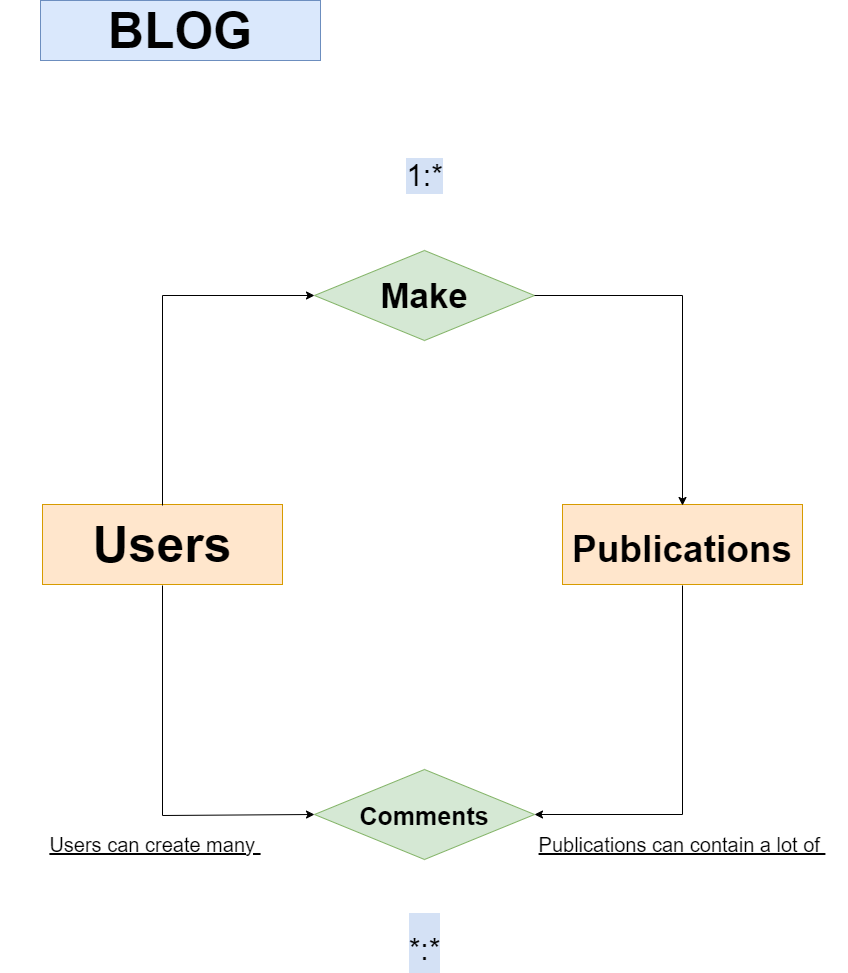
This is Diagrams/Diagram.png from RicardoRobledo/FastAPI-APIBlog, a draw.io export, as it was before one commit. Source tidied: cells renumbered, new cells last; positions are measured from the earlier drawing's top-left corner, leaving out a move shared by most shapes.
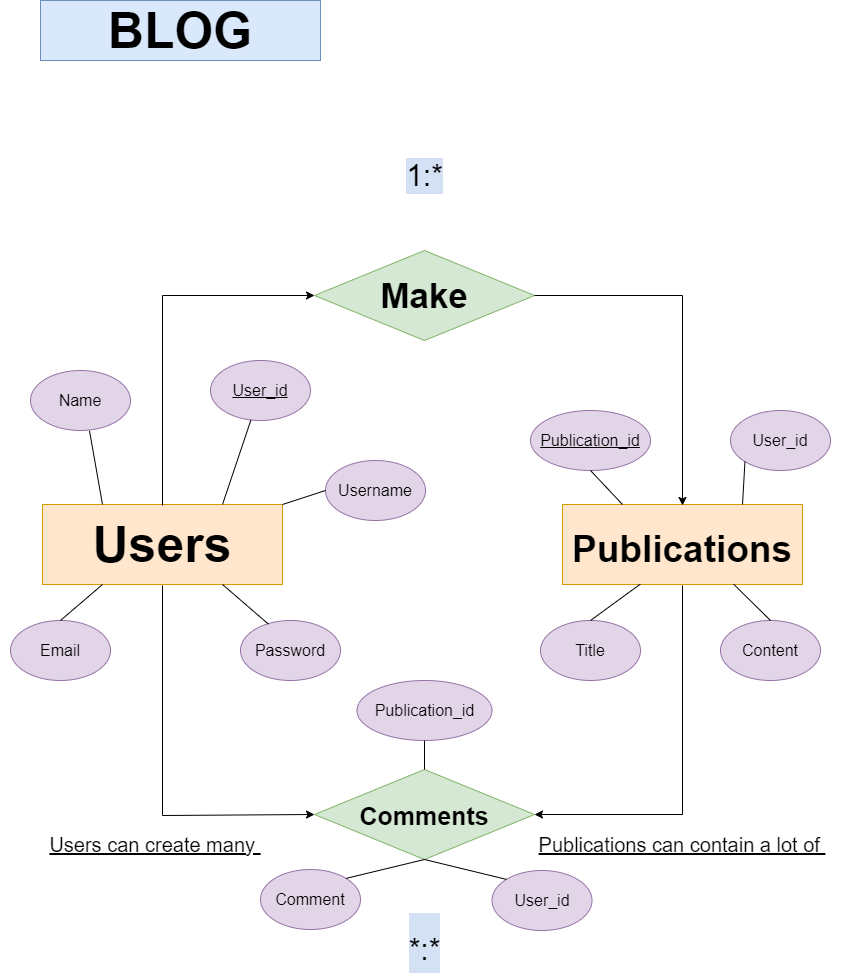
The same diagram one commit later.

Change to the diagram source:
```diff
@@ -61,5 +61,77 @@
     <mxCell id="14" value="Publications can contain a lot of&amp;nbsp;" style="text;html=1;strokeColor=none;fillColor=none;align=center;verticalAlign=middle;whiteSpace=wrap;rounded=0;labelBackgroundColor=none;fontSize=20;fontStyle=4;" parent="1" vertex="1">
       <mxGeometry x="517" y="819" width="330" height="50" as="geometry" />
     </mxCell>
+    <mxCell id="15" value="Username&lt;span style=&quot;color: rgba(0, 0, 0, 0); font-family: monospace; font-size: 0px; text-align: start;&quot;&gt;%3CmxGraphModel%3E%3Croot%3E%3CmxCell%20id%3D%220%22%2F%3E%3CmxCell%20id%3D%221%22%20parent%3D%220%22%2F%3E%3CmxCell%20id%3D%222%22%20value%3D%22Name%22%20style%3D%22ellipse%3BwhiteSpace%3Dwrap%3Bhtml%3D1%3BfontSize%3D16%3BfillColor%3D%23e1d5e7%3BstrokeColor%3D%239673a6%3B%22%20vertex%3D%221%22%20parent%3D%221%22%3E%3CmxGeometry%20x%3D%22100%22%20y%3D%22195%22%20width%3D%22100%22%20height%3D%2260%22%20as%3D%22geometry%22%2F%3E%3C%2FmxCell%3E%3C%2Froot%3E%3C%2FmxGraphModel%3Eme&lt;/span&gt;" style="ellipse;whiteSpace=wrap;html=1;fontSize=16;fillColor=#e1d5e7;strokeColor=#9673a6;" parent="1" vertex="1">
+      <mxGeometry x="325" y="460" width="100" height="60" as="geometry" />
+    </mxCell>
+    <mxCell id="16" value="User_id" style="ellipse;whiteSpace=wrap;html=1;fontSize=16;fillColor=#e1d5e7;strokeColor=#9673a6;fontStyle=4;" parent="1" vertex="1">
+      <mxGeometry x="210" y="360" width="100" height="60" as="geometry" />
+    </mxCell>
+    <mxCell id="17" value="Name" style="ellipse;whiteSpace=wrap;html=1;fontSize=16;fillColor=#e1d5e7;strokeColor=#9673a6;" parent="1" vertex="1">
+      <mxGeometry x="30" y="370" width="100" height="60" as="geometry" />
+    </mxCell>
+    <mxCell id="18" value="Password" style="ellipse;whiteSpace=wrap;html=1;fontSize=16;fillColor=#e1d5e7;strokeColor=#9673a6;" parent="1" vertex="1">
+      <mxGeometry x="240" y="620" width="100" height="60" as="geometry" />
+    </mxCell>
+    <mxCell id="19" value="Email&lt;span style=&quot;color: rgba(0, 0, 0, 0); font-family: monospace; font-size: 0px; text-align: start;&quot;&gt;%3CmxGraphModel%3E%3Croot%3E%3CmxCell%20id%3D%220%22%2F%3E%3CmxCell%20id%3D%221%22%20parent%3D%220%22%2F%3E%3CmxCell%20id%3D%222%22%20value%3D%22Password%22%20style%3D%22ellipse%3BwhiteSpace%3Dwrap%3Bhtml%3D1%3BfontSize%3D16%3BfillColor%3D%23e1d5e7%3BstrokeColor%3D%239673a6%3B%22%20vertex%3D%221%22%20parent%3D%221%22%3E%3CmxGeometry%20x%3D%22325%22%20y%3D%22600%22%20width%3D%22100%22%20height%3D%2260%22%20as%3D%22geometry%22%2F%3E%3C%2FmxCell%3E%3C%2Froot%3E%3C%2FmxGraphModel%3Eil&lt;/span&gt;" style="ellipse;whiteSpace=wrap;html=1;fontSize=16;fillColor=#e1d5e7;strokeColor=#9673a6;" parent="1" vertex="1">
+      <mxGeometry x="10" y="620" width="100" height="60" as="geometry" />
+    </mxCell>
+    <mxCell id="20" style="endArrow=none;html=1;rounded=0;exitX=0.75;exitY=0;exitDx=0;exitDy=0;" parent="1" edge="1" source="6" target="16">
+      <mxGeometry relative="1" as="geometry" />
+    </mxCell>
+    <mxCell id="21" style="endArrow=none;html=1;rounded=0;exitX=0.59;exitY=1.006;exitDx=0;exitDy=0;exitPerimeter=0;entryX=0.25;entryY=0;entryDx=0;entryDy=0;" parent="1" edge="1" source="17" target="6">
+      <mxGeometry relative="1" as="geometry" />
+    </mxCell>
+    <mxCell id="22" style="endArrow=none;html=1;rounded=0;entryX=0;entryY=0.5;entryDx=0;entryDy=0;exitX=1;exitY=0;exitDx=0;exitDy=0;" parent="1" edge="1" source="6" target="15">
+      <mxGeometry relative="1" as="geometry" />
+    </mxCell>
+    <mxCell id="23" style="endArrow=none;html=1;rounded=0;entryX=0.28;entryY=0.061;entryDx=0;entryDy=0;entryPerimeter=0;exitX=0.75;exitY=1;exitDx=0;exitDy=0;" parent="1" edge="1" source="6" target="18">
+      <mxGeometry relative="1" as="geometry" />
+    </mxCell>
+    <mxCell id="24" style="endArrow=none;html=1;rounded=0;exitX=0.5;exitY=0;exitDx=0;exitDy=0;entryX=0.25;entryY=1;entryDx=0;entryDy=0;" parent="1" edge="1" source="19" target="6">
+      <mxGeometry relative="1" as="geometry" />
+    </mxCell>
+    <mxCell id="25" value="User_id&lt;span style=&quot;color: rgba(0, 0, 0, 0); font-family: monospace; font-size: 0px; text-align: start;&quot;&gt;3CmxGraphModel%3E%3Croot%3E%3CmxCell%20id%3D%220%22%2F%3E%3CmxCell%20id%3D%221%22%20parent%3D%220%22%2F%3E%3CmxCell%20id%3D%222%22%20value%3D%22Name%22%20style%3D%22ellipse%3BwhiteSpace%3Dwrap%3Bhtml%3D1%3BfontSize%3D16%3BfillColor%3D%23e1d5e7%3BstrokeColor%3D%239673a6%3B%22%20vertex%3D%221%22%20parent%3D%221%22%3E%3CmxGeometry%20x%3D%22100%22%20y%3D%22195%22%20width%3D%22100%22%20height%3D%2260%22%20as%3D%22geometry%22%2F%3E%3C%2FmxCell%3E%3C%2Froot%3E%3C%2FmxGraphModel%3Eme&lt;/span&gt;" style="ellipse;whiteSpace=wrap;html=1;fontSize=16;fillColor=#e1d5e7;strokeColor=#9673a6;" parent="1" vertex="1">
+      <mxGeometry x="730" y="410" width="100" height="60" as="geometry" />
+    </mxCell>
+    <mxCell id="26" value="Content" style="ellipse;whiteSpace=wrap;html=1;fontSize=16;fillColor=#e1d5e7;strokeColor=#9673a6;" parent="1" vertex="1">
+      <mxGeometry x="720" y="620" width="100" height="60" as="geometry" />
+    </mxCell>
+    <mxCell id="27" value="Publication_id&lt;span style=&quot;color: rgba(0, 0, 0, 0); font-family: monospace; font-size: 0px; text-align: start;&quot;&gt;%3CmxGraphModel%3E%3Croot%3E%3CmxCell%20id%3D%220%22%2F%3E%3CmxCell%20id%3D%221%22%20parent%3D%220%22%2F%3E%3CmxCell%20id%3D%222%22%20value%3D%22Username%26lt%3Bspan%20style%3D%26quot%3Bcolor%3A%20rgba(0%2C%200%2C%200%2C%200)%3B%20font-family%3A%20monospace%3B%20font-size%3A%200px%3B%20text-align%3A%20start%3B%26quot%3B%26gt%3B%253CmxGraphModel%253E%253Croot%253E%253CmxCell%2520id%253D%25220%2522%252F%253E%253CmxCell%2520id%253D%25221%2522%2520parent%253D%25220%2522%252F%253E%253CmxCell%2520id%253D%25222%2522%2520value%253D%2522Name%2522%2520style%253D%2522ellipse%253BwhiteSpace%253Dwrap%253Bhtml%253D1%253BfontSize%253D16%253BfillColor%253D%2523e1d5e7%253BstrokeColor%253D%25239673a6%253B%2522%2520vertex%253D%25221%2522%2520parent%253D%25221%2522%253E%253CmxGeometry%2520x%253D%2522100%2522%2520y%253D%2522195%2522%2520width%253D%2522100%2522%2520height%253D%252260%2522%2520as%253D%2522geometry%2522%252F%253E%253C%252FmxCell%253E%253C%252Froot%253E%253C%252FmxGraphModel%253Eme%26lt%3B%2Fspan%26gt%3B%22%20style%3D%22ellipse%3BwhiteSpace%3Dwrap%3Bhtml%3D1%3BfontSize%3D16%3BfillColor%3D%23e1d5e7%3BstrokeColor%3D%239673a6%3B%22%20vertex%3D%221%22%20parent%3D%221%22%3E%3CmxGeometry%20x%3D%22550%22%20y%3D%22450%22%20width%3D%22100%22%20height%3D%2260%22%20as%3D%22geometry%22%2F%3E%3C%2FmxCell%3E%3C%2Froot%3E%3C%2FmxGraphModel%3E&lt;/span&gt;" style="ellipse;whiteSpace=wrap;html=1;fontSize=16;fillColor=#e1d5e7;strokeColor=#9673a6;fontStyle=4;" parent="1" vertex="1">
+      <mxGeometry x="530" y="410" width="120" height="60" as="geometry" />
+    </mxCell>
+    <mxCell id="28" value="Title" style="ellipse;whiteSpace=wrap;html=1;fontSize=16;fillColor=#e1d5e7;strokeColor=#9673a6;" parent="1" vertex="1">
+      <mxGeometry x="540" y="620" width="100" height="60" as="geometry" />
+    </mxCell>
+    <mxCell id="29" style="endArrow=none;html=1;rounded=0;entryX=0.5;entryY=1;entryDx=0;entryDy=0;exitX=0.25;exitY=0;exitDx=0;exitDy=0;" parent="1" edge="1" source="4" target="27">
+      <mxGeometry relative="1" as="geometry" />
+    </mxCell>
+    <mxCell id="30" style="endArrow=none;html=1;rounded=0;exitX=0.5;exitY=0;exitDx=0;exitDy=0;entryX=0.324;entryY=0.996;entryDx=0;entryDy=0;entryPerimeter=0;" parent="1" edge="1" source="28" target="4">
+      <mxGeometry relative="1" as="geometry" />
+    </mxCell>
+    <mxCell id="31" style="endArrow=none;html=1;rounded=0;entryX=0;entryY=1;entryDx=0;entryDy=0;exitX=0.75;exitY=0;exitDx=0;exitDy=0;" parent="1" edge="1" source="4" target="25">
+      <mxGeometry relative="1" as="geometry" />
+    </mxCell>
+    <mxCell id="32" style="endArrow=none;html=1;rounded=0;entryX=0.5;entryY=0;entryDx=0;entryDy=0;exitX=0.713;exitY=0.996;exitDx=0;exitDy=0;exitPerimeter=0;" parent="1" edge="1" source="4" target="26">
+      <mxGeometry relative="1" as="geometry" />
+    </mxCell>
+    <mxCell id="33" value="Comment" style="ellipse;whiteSpace=wrap;html=1;fontSize=16;fillColor=#e1d5e7;strokeColor=#9673a6;" parent="1" vertex="1">
+      <mxGeometry x="260" y="869" width="100" height="60" as="geometry" />
+    </mxCell>
+    <mxCell id="34" value="User_id" style="ellipse;whiteSpace=wrap;html=1;fontSize=16;fillColor=#e1d5e7;strokeColor=#9673a6;" parent="1" vertex="1">
+      <mxGeometry x="491.5" y="870" width="100" height="60" as="geometry" />
+    </mxCell>
+    <mxCell id="35" value="Publication_id" style="ellipse;whiteSpace=wrap;html=1;fontSize=16;fillColor=#e1d5e7;strokeColor=#9673a6;" parent="1" vertex="1">
+      <mxGeometry x="356.5" y="680" width="135" height="60" as="geometry" />
+    </mxCell>
+    <mxCell id="36" style="endArrow=none;html=1;rounded=0;entryX=0.5;entryY=1;entryDx=0;entryDy=0;exitX=1;exitY=0;exitDx=0;exitDy=0;" parent="1" edge="1" source="33" target="5">
+      <mxGeometry relative="1" as="geometry" />
+    </mxCell>
+    <mxCell id="37" style="endArrow=none;html=1;rounded=0;entryX=0.5;entryY=1;entryDx=0;entryDy=0;exitX=0;exitY=0;exitDx=0;exitDy=0;" parent="1" edge="1" source="34" target="5">
+      <mxGeometry relative="1" as="geometry" />
+    </mxCell>
+    <mxCell id="38" style="endArrow=none;html=1;rounded=0;entryX=0.5;entryY=0;entryDx=0;entryDy=0;exitX=0.5;exitY=1;exitDx=0;exitDy=0;" parent="1" edge="1" source="35" target="5">
+      <mxGeometry relative="1" as="geometry" />
+    </mxCell>
   </root>
 </mxGraphModel>
```
